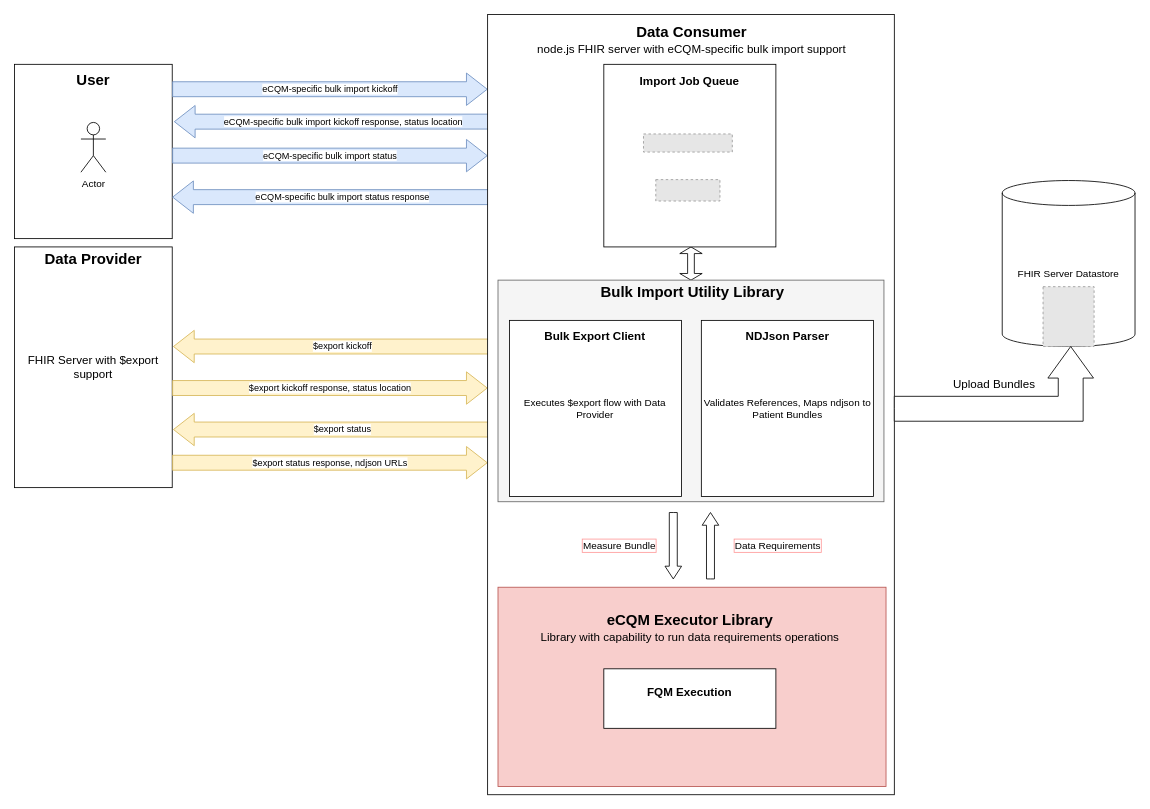
This is docs/bulk-submit-data.drawio from projecttacoma/deqm-test-server, a draw.io file, before an edit. Source tidied: cells renumbered, new cells numbered last; positions are measured from the earlier drawing's top-left corner, leaving out a move shared by most shapes. Both pictures are drawn from the tidied source at 83%, with x=0, y=0 at pixel (14, 14). Pictures stored in the file or linked from it are replaced by grey dashed boxes.
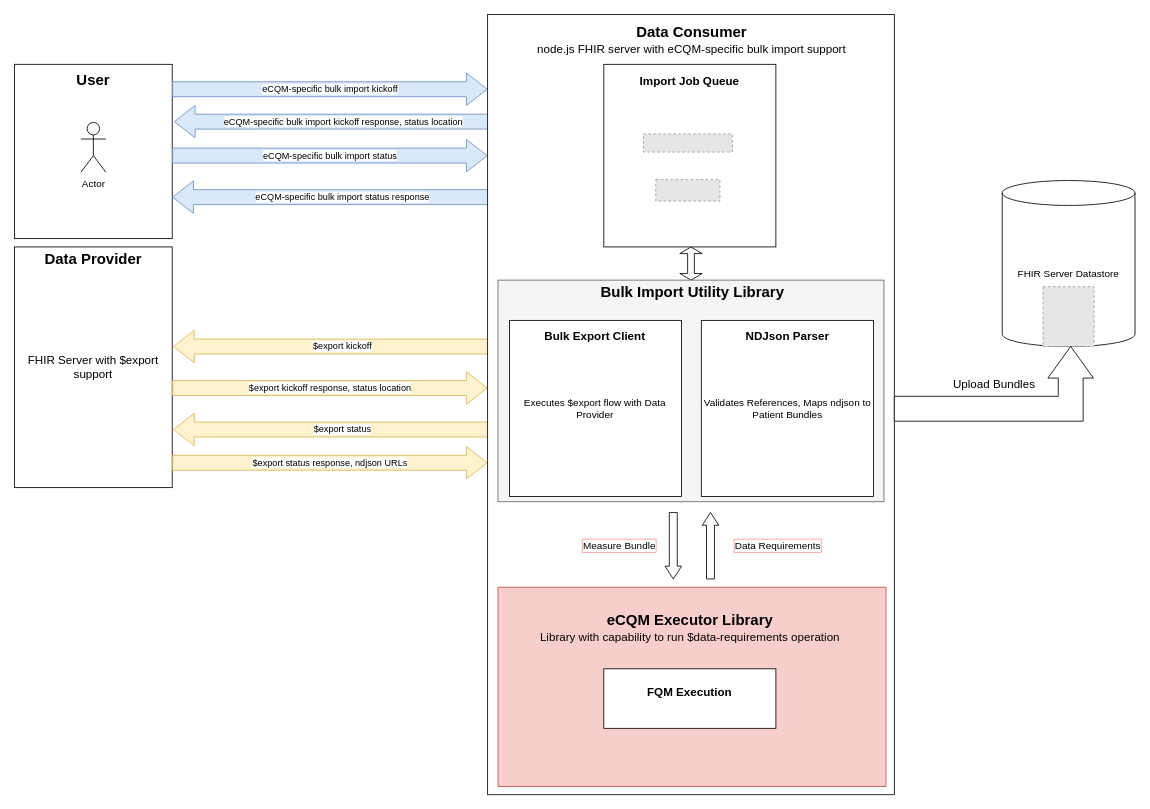
After the change.

Diff of the diagram source:
```diff
@@
-    <mxCell id="40" value="&lt;div&gt;&lt;font style=&quot;font-size: 18px&quot;&gt;&lt;b&gt;eCQM Executor Library&lt;/b&gt;&lt;/font&gt;&lt;/div&gt;&lt;div&gt;&lt;span style=&quot;font-size: 14px&quot;&gt;Library with capability to run data requirements operations&lt;/span&gt;&lt;/div&gt;" style="text;html=1;strokeColor=none;fillColor=none;align=center;verticalAlign=middle;whiteSpace=wrap;rounded=0;" parent="1" vertex="1">
+    <mxCell id="40" value="&lt;div&gt;&lt;font style=&quot;font-size: 18px&quot;&gt;&lt;b&gt;eCQM Executor Library&lt;/b&gt;&lt;/font&gt;&lt;/div&gt;&lt;div&gt;&lt;span style=&quot;font-size: 14px&quot;&gt;Library with capability to run $data-requirements operation&lt;/span&gt;&lt;/div&gt;" style="text;html=1;strokeColor=none;fillColor=none;align=center;verticalAlign=middle;whiteSpace=wrap;rounded=0;" parent="1" vertex="1">
       <mxGeometry x="568.7" y="710" width="490" height="58.3" as="geometry" />
     </mxCell>
```
